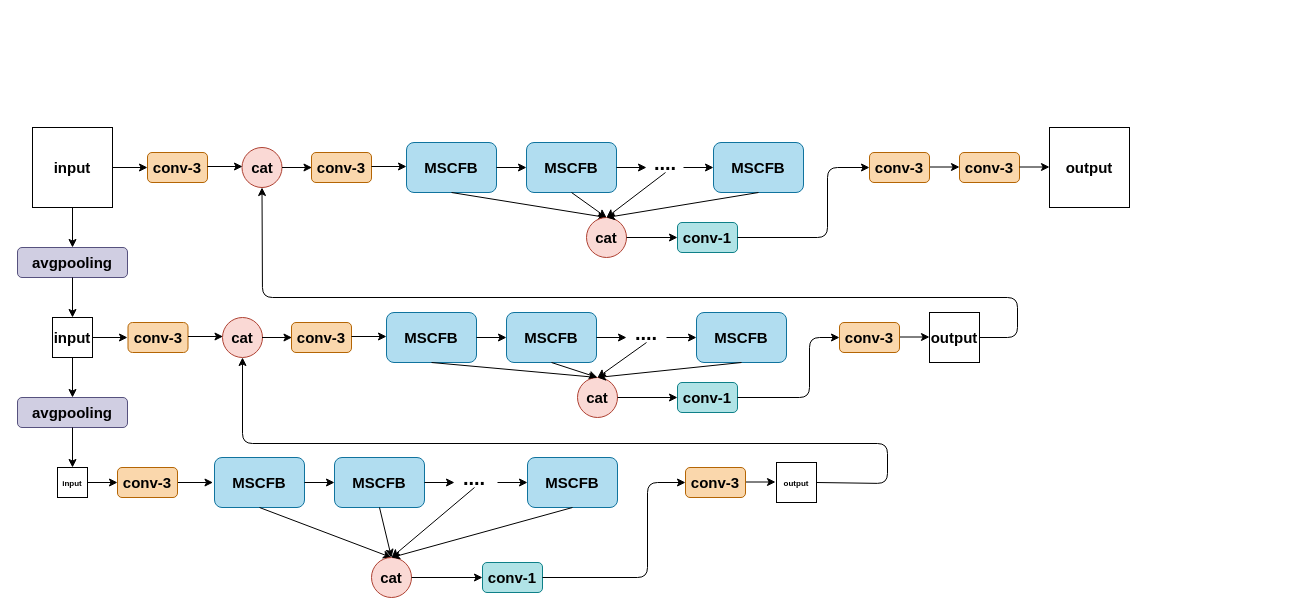
Earlier version of the draw.io diagram IAHNet.drawio (JiaqianLi/TEST). Source tidied: cells renumbered, new cells numbered last; positions are measured from the earlier drawing's top-left corner, leaving out a move shared by most shapes. Both pictures are drawn from the tidied source at 100%, with x=0, y=0 at pixel (17, 127).
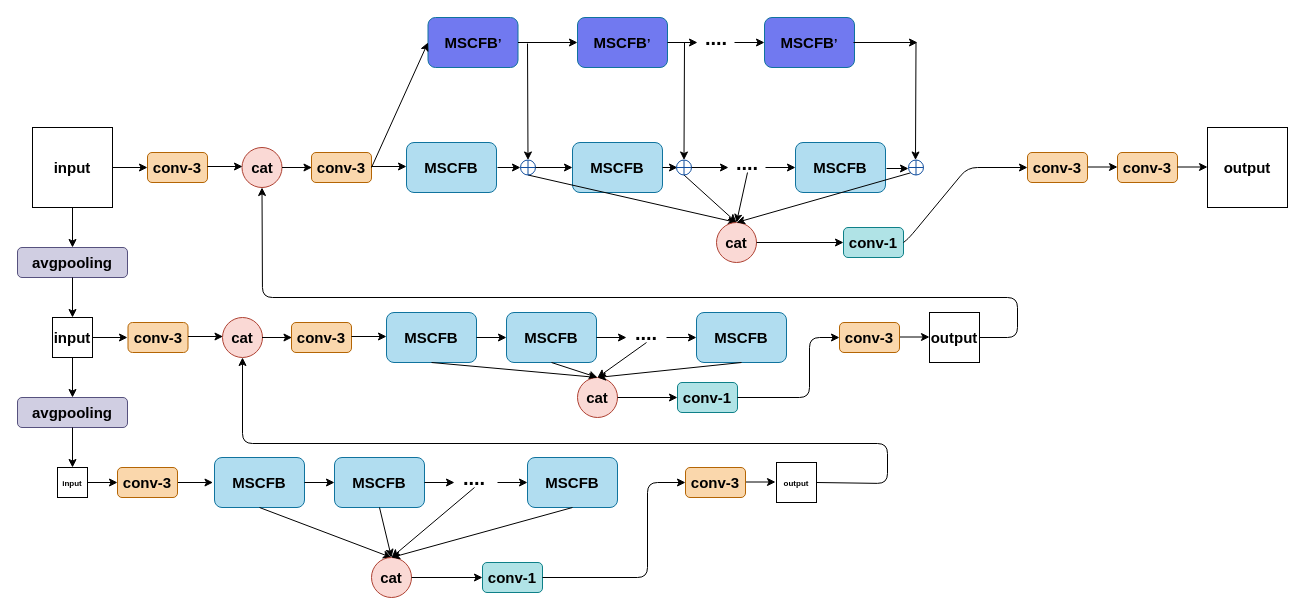
Above is the later version.

The change refers to these unchanged cells:
```xml
<mxCell id="12" value="&lt;font style=&quot;font-size: 15px&quot;&gt;&lt;b&gt;MSCFB&lt;/b&gt;&lt;/font&gt;" style="rounded=1;whiteSpace=wrap;html=1;fillColor=#b1ddf0;strokeColor=#10739e;" parent="1" vertex="1">
  <mxGeometry x="389" y="15" width="90" height="50" as="geometry" />
</mxCell>
<mxCell id="29" value="&lt;b style=&quot;font-size: 15px&quot;&gt;conv-3&lt;/b&gt;" style="rounded=1;whiteSpace=wrap;html=1;fillColor=#fad7ac;strokeColor=#b46504;" parent="1" vertex="1">
  <mxGeometry x="294" y="25" width="60" height="30" as="geometry" />
</mxCell>
```

Diff of the diagram source:
```diff
@@
     <mxCell id="13" value="&lt;font style=&quot;font-size: 15px&quot;&gt;&lt;b&gt;MSCFB&lt;/b&gt;&lt;/font&gt;" style="rounded=1;whiteSpace=wrap;html=1;fillColor=#b1ddf0;strokeColor=#10739e;" parent="1" vertex="1">
-      <mxGeometry x="509" y="15" width="90" height="50" as="geometry" />
+      <mxGeometry x="555" y="15" width="90" height="50" as="geometry" />
     </mxCell>
-    <mxCell id="14" style="endArrow=classic;html=1;entryX=0;entryY=0.5;entryDx=0;entryDy=0;exitX=1;exitY=0.5;exitDx=0;exitDy=0;" parent="1" edge="1" source="12" target="13">
-      <mxGeometry relative="1" as="geometry" />
-    </mxCell>
     <mxCell id="15" value="&lt;font style=&quot;font-size: 15px&quot;&gt;&lt;b&gt;MSCFB&lt;/b&gt;&lt;/font&gt;" style="rounded=1;whiteSpace=wrap;html=1;fillColor=#b1ddf0;strokeColor=#10739e;" parent="1" vertex="1">
-      <mxGeometry x="696" y="15" width="90" height="50" as="geometry" />
+      <mxGeometry x="778" y="15" width="90" height="50" as="geometry" />
     </mxCell>
     <mxCell id="16" style="endArrow=classic;html=1;entryX=0;entryY=0.5;entryDx=0;entryDy=0;exitX=1;exitY=0.5;exitDx=0;exitDy=0;" parent="1" edge="1" target="15">
       <mxGeometry relative="1" as="geometry">
-        <mxPoint x="666" y="40" as="sourcePoint" />
+        <mxPoint x="748" y="40" as="sourcePoint" />
       </mxGeometry>
     </mxCell>
-    <mxCell id="17" style="endArrow=classic;html=1;entryX=0;entryY=0.5;entryDx=0;entryDy=0;exitX=1;exitY=0.5;exitDx=0;exitDy=0;" parent="1" edge="1">
+    <mxCell id="17" style="endArrow=classic;html=1;exitX=1;exitY=0.5;exitDx=0;exitDy=0;" parent="1" edge="1">
       <mxGeometry relative="1" as="geometry">
-        <mxPoint x="599" y="40" as="sourcePoint" />
-        <mxPoint x="629" y="40" as="targetPoint" />
+        <mxPoint x="645" y="40" as="sourcePoint" />
+        <mxPoint x="660" y="40" as="targetPoint" />
       </mxGeometry>
     </mxCell>
     <mxCell id="18" value="&lt;font style=&quot;font-size: 15px&quot;&gt;&lt;b&gt;output&lt;/b&gt;&lt;/font&gt;" style="whiteSpace=wrap;html=1;" parent="1" vertex="1">
-      <mxGeometry x="1032" width="80" height="80" as="geometry" />
+      <mxGeometry x="1190" width="80" height="80" as="geometry" />
     </mxCell>
@@
     <mxCell id="44" style="endArrow=classic;html=1;entryX=0;entryY=0.5;entryDx=0;entryDy=0;exitX=1;exitY=0.5;exitDx=0;exitDy=0;" parent="1" edge="1">
       <mxGeometry relative="1" as="geometry">
-        <mxPoint x="912" y="39.5" as="sourcePoint" />
-        <mxPoint x="942" y="39.5" as="targetPoint" />
+        <mxPoint x="1070" y="39.5" as="sourcePoint" />
+        <mxPoint x="1100" y="39.5" as="targetPoint" />
       </mxGeometry>
     </mxCell>
     <mxCell id="45" value="&lt;b style=&quot;font-size: 15px&quot;&gt;conv-3&lt;/b&gt;" style="rounded=1;whiteSpace=wrap;html=1;fillColor=#fad7ac;strokeColor=#b46504;" parent="1" vertex="1">
-      <mxGeometry x="852" y="25" width="60" height="30" as="geometry" />
+      <mxGeometry x="1010" y="25" width="60" height="30" as="geometry" />
     </mxCell>
     <mxCell id="46" value="&lt;b style=&quot;font-size: 15px&quot;&gt;conv-3&lt;/b&gt;" style="rounded=1;whiteSpace=wrap;html=1;fillColor=#fad7ac;strokeColor=#b46504;" parent="1" vertex="1">
-      <mxGeometry x="942" y="25" width="60" height="30" as="geometry" />
+      <mxGeometry x="1100" y="25" width="60" height="30" as="geometry" />
     </mxCell>
     <mxCell id="47" style="endArrow=classic;html=1;entryX=0;entryY=0.5;entryDx=0;entryDy=0;exitX=1;exitY=0.5;exitDx=0;exitDy=0;" parent="1" edge="1">
       <mxGeometry relative="1" as="geometry">
-        <mxPoint x="1002" y="39.5" as="sourcePoint" />
-        <mxPoint x="1032" y="39.5" as="targetPoint" />
+        <mxPoint x="1160" y="39.5" as="sourcePoint" />
+        <mxPoint x="1190" y="39.5" as="targetPoint" />
       </mxGeometry>
     </mxCell>
@@
     <mxCell id="68" value="&lt;b&gt;&lt;font style=&quot;font-size: 20px&quot;&gt;....&lt;/font&gt;&lt;/b&gt;" style="text;html=1;strokeColor=none;fillColor=none;align=center;verticalAlign=middle;whiteSpace=wrap;rounded=0;" parent="1" vertex="1">
-      <mxGeometry x="628" y="25" width="40" height="20" as="geometry" />
+      <mxGeometry x="710" y="25" width="40" height="20" as="geometry" />
     </mxCell>
@@
-    <mxCell id="78" style="endArrow=classic;html=1;exitX=0.5;exitY=1;exitDx=0;exitDy=0;entryX=0.5;entryY=0;entryDx=0;entryDy=0;" parent="1" edge="1" source="12" target="79">
+    <mxCell id="78" style="endArrow=classic;html=1;exitX=0.5;exitY=1;exitDx=0;exitDy=0;entryX=0.5;entryY=0;entryDx=0;entryDy=0;" parent="1" edge="1" source="95" target="79">
       <mxGeometry relative="1" as="geometry" />
     </mxCell>
     <mxCell id="79" value="&lt;b&gt;&lt;font style=&quot;font-size: 15px&quot;&gt;cat&lt;/font&gt;&lt;/b&gt;" style="ellipse;whiteSpace=wrap;html=1;fillColor=#fad9d5;strokeColor=#ae4132;" parent="1" vertex="1">
-      <mxGeometry x="569" y="90" width="40" height="40" as="geometry" />
+      <mxGeometry x="699" y="95" width="40" height="40" as="geometry" />
     </mxCell>
-    <mxCell id="80" style="endArrow=classic;html=1;exitX=0.5;exitY=1;exitDx=0;exitDy=0;entryX=0.5;entryY=0;entryDx=0;entryDy=0;" parent="1" edge="1" source="13" target="79">
+    <mxCell id="80" style="endArrow=classic;html=1;exitX=0.5;exitY=1;exitDx=0;exitDy=0;entryX=0.5;entryY=0;entryDx=0;entryDy=0;" parent="1" edge="1" source="99" target="79">
       <mxGeometry relative="1" as="geometry" />
     </mxCell>
@@
-    <mxCell id="82" style="endArrow=classic;html=1;exitX=0.5;exitY=1;exitDx=0;exitDy=0;entryX=0.5;entryY=0;entryDx=0;entryDy=0;" parent="1" edge="1" source="15" target="79">
+    <mxCell id="82" style="endArrow=classic;html=1;exitX=0;exitY=1;exitDx=0;exitDy=0;entryX=0.5;entryY=0;entryDx=0;entryDy=0;" parent="1" edge="1" source="101" target="79">
       <mxGeometry relative="1" as="geometry" />
     </mxCell>
@@
     <mxCell id="84" value="&lt;b style=&quot;font-size: 15px&quot;&gt;conv-1&lt;/b&gt;" style="rounded=1;whiteSpace=wrap;html=1;fillColor=#b0e3e6;strokeColor=#0e8088;" parent="1" vertex="1">
-      <mxGeometry x="660" y="95" width="60" height="30" as="geometry" />
+      <mxGeometry x="826" y="100" width="60" height="30" as="geometry" />
     </mxCell>
     <mxCell id="85" style="endArrow=classic;html=1;exitX=1;exitY=0.5;exitDx=0;exitDy=0;entryX=0;entryY=0.5;entryDx=0;entryDy=0;" parent="1" edge="1" source="84" target="45">
       <mxGeometry relative="1" as="geometry">
         <Array as="points">
-          <mxPoint x="810" y="110" />
-          <mxPoint x="810" y="40" />
+          <mxPoint x="892" y="110" />
+          <mxPoint x="950" y="40" />
         </Array>
       </mxGeometry>
     </mxCell>
+    <mxCell id="86" value="&lt;font&gt;&lt;b&gt;&lt;span style=&quot;font-size: 15px&quot;&gt;MSCFB&lt;/span&gt;&lt;span style=&quot;font-size: 12.5px&quot;&gt;’&lt;/span&gt;&lt;/b&gt;&lt;/font&gt;" style="rounded=1;whiteSpace=wrap;html=1;fillColor=#7179F0;strokeColor=#10739e;" parent="1" vertex="1">
+      <mxGeometry x="410.5" y="-110" width="90" height="50" as="geometry" />
+    </mxCell>
+    <mxCell id="87" value="&lt;b&gt;&lt;span style=&quot;font-size: 15px&quot;&gt;MSCFB&lt;/span&gt;&lt;span style=&quot;font-size: 12.5px&quot;&gt;’&lt;/span&gt;&lt;/b&gt;" style="rounded=1;whiteSpace=wrap;html=1;fillColor=#7179F0;strokeColor=#10739e;" parent="1" vertex="1">
+      <mxGeometry x="560" y="-110" width="90" height="50" as="geometry" />
+    </mxCell>
+    <mxCell id="88" style="endArrow=classic;html=1;entryX=0;entryY=0.5;entryDx=0;entryDy=0;exitX=1;exitY=0.5;exitDx=0;exitDy=0;" parent="1" edge="1" source="86" target="87">
+      <mxGeometry relative="1" as="geometry" />
+    </mxCell>
+    <mxCell id="89" value="&lt;b&gt;&lt;span style=&quot;font-size: 15px&quot;&gt;MSCFB&lt;/span&gt;&lt;span style=&quot;font-size: 12.5px&quot;&gt;’&lt;/span&gt;&lt;/b&gt;" style="rounded=1;whiteSpace=wrap;html=1;fillColor=#7179F0;strokeColor=#10739e;" parent="1" vertex="1">
+      <mxGeometry x="747" y="-110" width="90" height="50" as="geometry" />
+    </mxCell>
+    <mxCell id="90" style="endArrow=classic;html=1;entryX=0;entryY=0.5;entryDx=0;entryDy=0;exitX=1;exitY=0.5;exitDx=0;exitDy=0;" parent="1" edge="1" target="89">
+      <mxGeometry relative="1" as="geometry">
+        <mxPoint x="717" y="-85" as="sourcePoint" />
+      </mxGeometry>
+    </mxCell>
+    <mxCell id="91" style="endArrow=classic;html=1;entryX=0;entryY=0.5;entryDx=0;entryDy=0;exitX=1;exitY=0.5;exitDx=0;exitDy=0;" parent="1" edge="1">
+      <mxGeometry relative="1" as="geometry">
+        <mxPoint x="650" y="-85" as="sourcePoint" />
+        <mxPoint x="680" y="-85" as="targetPoint" />
+      </mxGeometry>
+    </mxCell>
+    <mxCell id="92" value="&lt;b&gt;&lt;font style=&quot;font-size: 20px&quot;&gt;....&lt;/font&gt;&lt;/b&gt;" style="text;html=1;strokeColor=none;fillColor=none;align=center;verticalAlign=middle;whiteSpace=wrap;rounded=0;" parent="1" vertex="1">
+      <mxGeometry x="679" y="-100" width="40" height="20" as="geometry" />
+    </mxCell>
+    <mxCell id="93" style="endArrow=classic;html=1;entryX=0.5;entryY=0;entryDx=0;entryDy=0;" parent="1" edge="1" target="95">
+      <mxGeometry relative="1" as="geometry">
+        <mxPoint x="510" y="-84" as="sourcePoint" />
+      </mxGeometry>
+    </mxCell>
+    <mxCell id="94" style="endArrow=classic;html=1;entryX=0;entryY=0.5;entryDx=0;entryDy=0;exitX=1;exitY=0.5;exitDx=0;exitDy=0;" parent="1" edge="1" source="29" target="86">
+      <mxGeometry relative="1" as="geometry" />
+    </mxCell>
+    <mxCell id="95" style="shape=orEllipse;perimeter=ellipsePerimeter;whiteSpace=wrap;html=1;backgroundOutline=1;strokeColor=#114E9E;fillColor=none;" parent="1" vertex="1">
+      <mxGeometry x="503" y="32.5" width="15" height="15" as="geometry" />
+    </mxCell>
+    <mxCell id="96" style="endArrow=classic;html=1;" parent="1" edge="1">
+      <mxGeometry relative="1" as="geometry">
+        <mxPoint x="480" y="40" as="sourcePoint" />
+        <mxPoint x="503" y="40" as="targetPoint" />
+      </mxGeometry>
+    </mxCell>
+    <mxCell id="97" style="endArrow=classic;html=1;exitX=1;exitY=0.5;exitDx=0;exitDy=0;entryX=0;entryY=0.5;entryDx=0;entryDy=0;" parent="1" edge="1" source="95" target="13">
+      <mxGeometry relative="1" as="geometry" />
+    </mxCell>
+    <mxCell id="98" style="endArrow=classic;html=1;entryX=0.5;entryY=0;entryDx=0;entryDy=0;" parent="1" edge="1" target="99">
+      <mxGeometry relative="1" as="geometry">
+        <mxPoint x="667" y="-85" as="sourcePoint" />
+      </mxGeometry>
+    </mxCell>
+    <mxCell id="99" style="shape=orEllipse;perimeter=ellipsePerimeter;whiteSpace=wrap;html=1;backgroundOutline=1;strokeColor=#114E9E;fillColor=none;" parent="1" vertex="1">
+      <mxGeometry x="659" y="32.5" width="15" height="15" as="geometry" />
+    </mxCell>
+    <mxCell id="100" style="endArrow=classic;html=1;exitX=1;exitY=0.5;exitDx=0;exitDy=0;entryX=0;entryY=0.5;entryDx=0;entryDy=0;" parent="1" edge="1">
+      <mxGeometry relative="1" as="geometry">
+        <mxPoint x="674" y="40" as="sourcePoint" />
+        <mxPoint x="711" y="40" as="targetPoint" />
+      </mxGeometry>
+    </mxCell>
+    <mxCell id="101" style="shape=orEllipse;perimeter=ellipsePerimeter;whiteSpace=wrap;html=1;backgroundOutline=1;strokeColor=#114E9E;fillColor=none;" parent="1" vertex="1">
+      <mxGeometry x="891" y="32.5" width="15" height="15" as="geometry" />
+    </mxCell>
+    <mxCell id="102" style="endArrow=classic;html=1;" parent="1" edge="1">
+      <mxGeometry relative="1" as="geometry">
+        <mxPoint x="869" y="41" as="sourcePoint" />
+        <mxPoint x="891" y="41" as="targetPoint" />
+      </mxGeometry>
+    </mxCell>
+    <mxCell id="103" style="endArrow=classic;html=1;" parent="1" edge="1">
+      <mxGeometry relative="1" as="geometry">
+        <mxPoint x="836" y="-85" as="sourcePoint" />
+        <mxPoint x="900" y="-85" as="targetPoint" />
+      </mxGeometry>
+    </mxCell>
+    <mxCell id="104" style="endArrow=classic;html=1;entryX=0.5;entryY=0;entryDx=0;entryDy=0;" parent="1" edge="1">
+      <mxGeometry relative="1" as="geometry">
+        <mxPoint x="898.5" y="-85" as="sourcePoint" />
+        <mxPoint x="898" y="32.5" as="targetPoint" />
+      </mxGeometry>
+    </mxCell>
```
